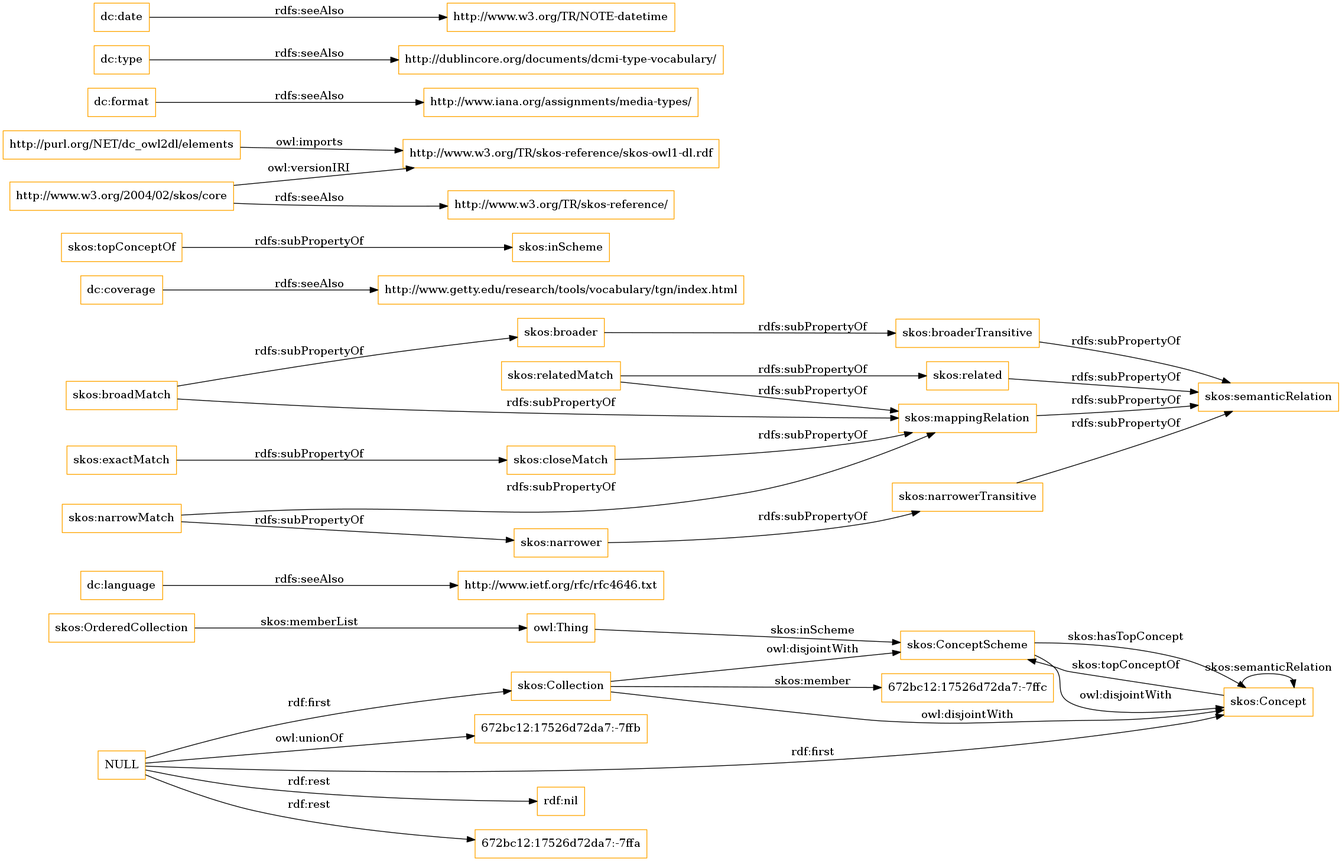
The Graphviz diagram OnToology/imports/elements.owl/diagrams/ar2dtool-class/elements.owl.png in OnToologyUser/core-ontology-1, before a commit. Its source is kept beside it as OnToology/imports/elements.owl/diagrams/ar2dtool-class/elements.owl.png.dot.
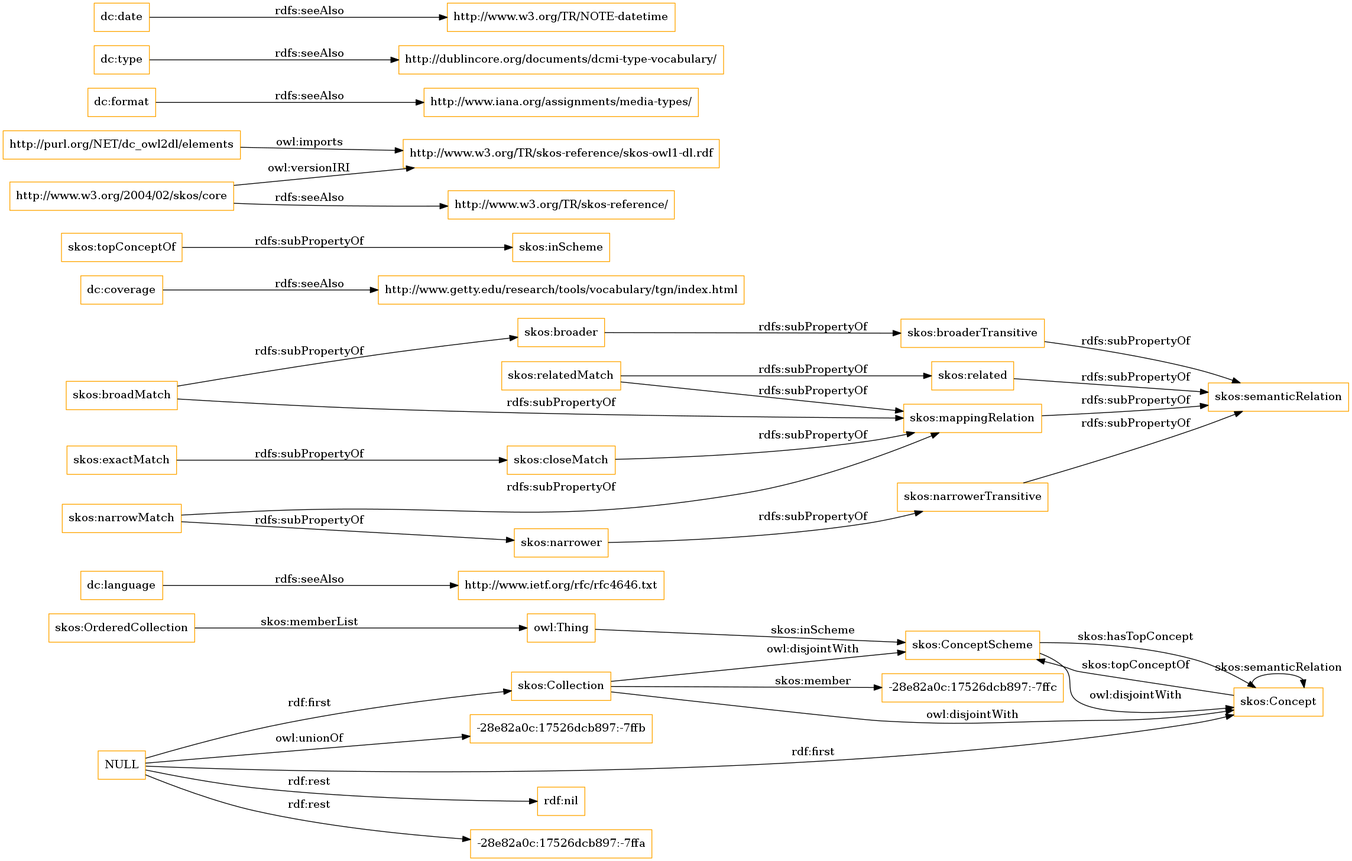
After the commit.

Diff of the diagram source:
```diff
@@ -1,13 +1,13 @@
 digraph ar2dtool_diagram {
 rankdir=LR;
 size="1501"
-node [shape = rectangle, color="orange"]; "672bc12:17526d72da7:-7ffc" "skos:OrderedCollection" "skos:Collection" "skos:ConceptScheme" "skos:Concept" ; /*classes style*/
+node [shape = rectangle, color="orange"]; "-28e82a0c:17526dcb897:-7ffc" "skos:OrderedCollection" "skos:Collection" "skos:ConceptScheme" "skos:Concept" ; /*classes style*/
 	"dc:language" -> "http://www.ietf.org/rfc/rfc4646.txt" [ label = "rdfs:seeAlso" ];
 	"NULL" -> "rdf:nil" [ label = "rdf:rest" ];
 	"NULL" -> "skos:Collection" [ label = "rdf:first" ];
-	"NULL" -> "672bc12:17526d72da7:-7ffa" [ label = "rdf:rest" ];
+	"NULL" -> "-28e82a0c:17526dcb897:-7ffa" [ label = "rdf:rest" ];
 	"NULL" -> "skos:Concept" [ label = "rdf:first" ];
-	"NULL" -> "672bc12:17526d72da7:-7ffb" [ label = "owl:unionOf" ];
+	"NULL" -> "-28e82a0c:17526dcb897:-7ffb" [ label = "owl:unionOf" ];
 	"skos:closeMatch" -> "skos:mappingRelation" [ label = "rdfs:subPropertyOf" ];
 	"dc:coverage" -> "http://www.getty.edu/research/tools/vocabulary/tgn/index.html" [ label = "rdfs:seeAlso" ];
 	"skos:relatedMatch" -> "skos:related" [ label = "rdfs:subPropertyOf" ];
@@ -36,7 +36,7 @@
 	"skos:OrderedCollection" -> "owl:Thing" [ label = "skos:memberList" ];
 	"skos:Concept" -> "skos:ConceptScheme" [ label = "skos:topConceptOf" ];
 	"skos:Concept" -> "skos:Concept" [ label = "skos:semanticRelation" ];
-	"skos:Collection" -> "672bc12:17526d72da7:-7ffc" [ label = "skos:member" ];
+	"skos:Collection" -> "-28e82a0c:17526dcb897:-7ffc" [ label = "skos:member" ];
 	"skos:ConceptScheme" -> "skos:Concept" [ label = "skos:hasTopConcept" ];
 	"owl:Thing" -> "skos:ConceptScheme" [ label = "skos:inScheme" ];
 
```
